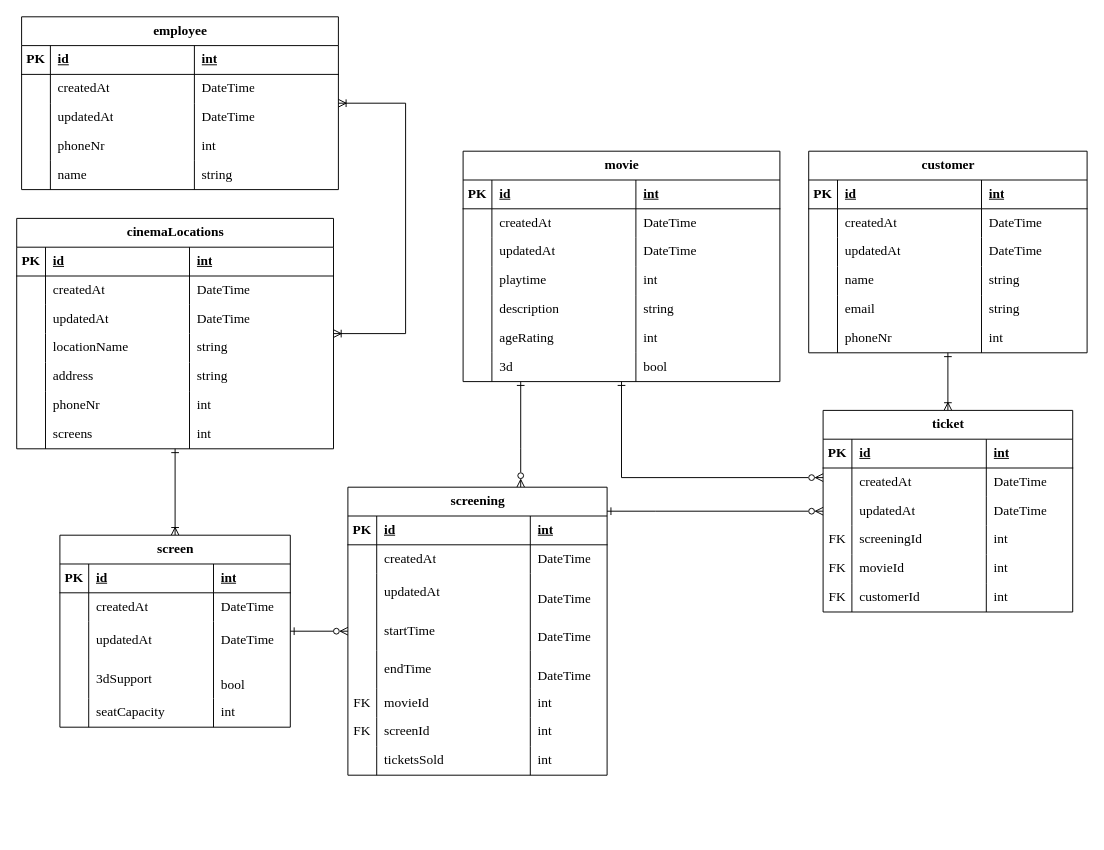
Before: database-design.drawio in boolean-uk/database-design, a draw.io diagram. Source tidied: cells renumbered, new cells numbered last; positions are measured from the earlier drawing's top-left corner, leaving out a move shared by most shapes. Both pictures are drawn from the tidied source at 96%, with x=0, y=0 at pixel (16, 16).
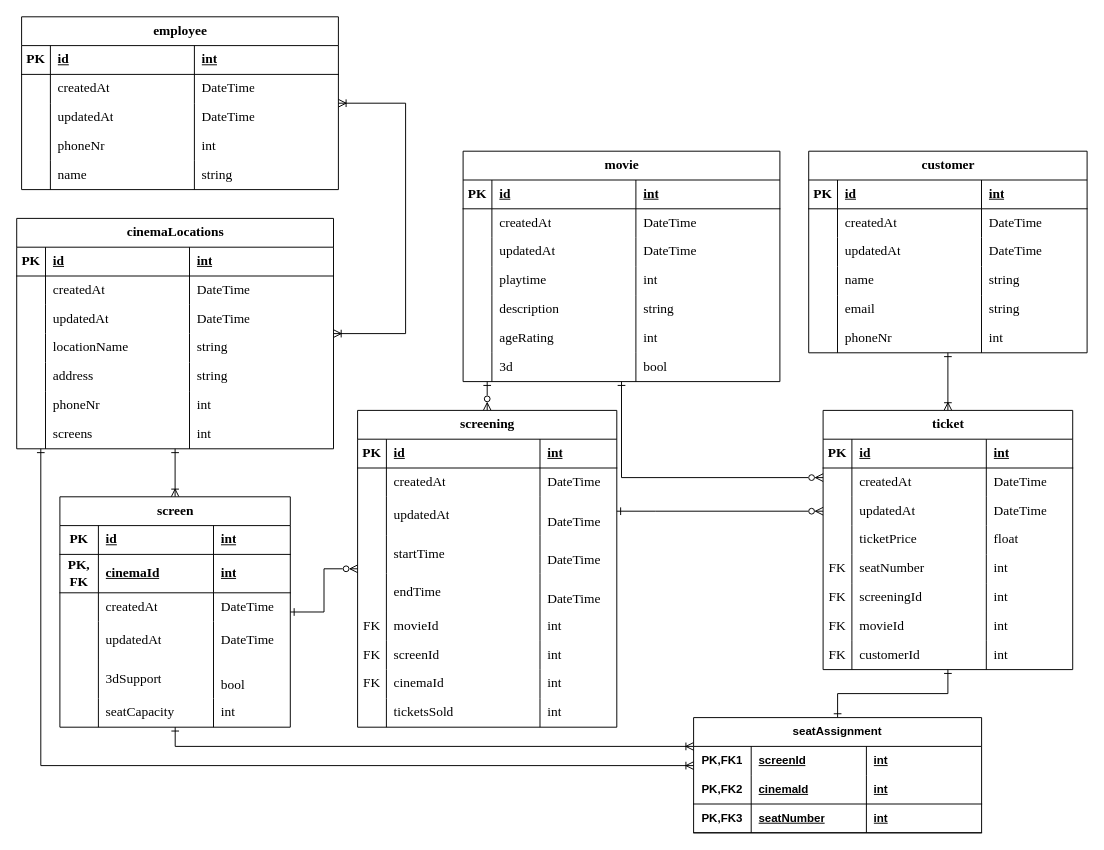
Above is the later version.

The change refers to these unchanged cells:
```xml
<mxCell id="4" style="shape=tableRow;horizontal=0;startSize=0;swimlaneHead=0;swimlaneBody=0;fillColor=none;top=0;left=0;right=0;bottom=1;fontFamily=Garamond;fontSize=14;" parent="3" vertex="1">
  <mxGeometry y="30" width="240" height="30" as="geometry" />
</mxCell>
<mxCell id="88" value="cinemaLocations" style="shape=table;startSize=30;childLayout=tableLayout;rowLines=0;fontStyle=1;align=center;html=1;fontFamily=Garamond;fontSize=14;" parent="1" vertex="1">
  <mxGeometry x="-0.1" y="210" width="330" height="240" as="geometry" />
</mxCell>
```

Change to the diagram source:
```diff
@@
     <mxCell id="3" value="screen" style="shape=table;startSize=30;childLayout=tableLayout;rowLines=0;fontStyle=1;align=center;html=1;fontFamily=Garamond;fontSize=14;" parent="1" vertex="1">
-      <mxGeometry x="44.9" y="540" width="240" height="200" as="geometry" />
+      <mxGeometry x="44.9" y="500" width="240" height="240" as="geometry" />
     </mxCell>
@@
     <mxCell id="5" value="PK" style="shape=partialRectangle;fillColor=none;top=0;left=0;bottom=0;right=0;fontStyle=1;overflow=hidden;whiteSpace=wrap;html=1;fontFamily=Garamond;fontSize=14;" parent="4" vertex="1">
-      <mxGeometry width="30" height="30" as="geometry" />
+      <mxGeometry width="40.1" height="30" as="geometry" />
     </mxCell>
     <mxCell id="6" value="id " style="shape=partialRectangle;fillColor=none;top=0;left=0;bottom=0;right=0;align=left;spacingLeft=6;fontStyle=5;overflow=hidden;whiteSpace=wrap;html=1;fontFamily=Garamond;fontSize=14;" parent="4" vertex="1">
-      <mxGeometry x="30" width="130" height="30" as="geometry" />
+      <mxGeometry x="40.1" width="119.9" height="30" as="geometry" />
     </mxCell>
@@
+    <mxCell id="192" style="shape=tableRow;horizontal=0;startSize=0;swimlaneHead=0;swimlaneBody=0;fillColor=none;top=0;left=0;right=0;bottom=1;fontFamily=Garamond;fontSize=14;" parent="3" vertex="1">
+      <mxGeometry y="60" width="240" height="40" as="geometry" />
+    </mxCell>
+    <mxCell id="193" value="PK, FK" style="shape=partialRectangle;fillColor=none;top=0;left=0;bottom=0;right=0;fontStyle=1;overflow=hidden;whiteSpace=wrap;html=1;fontFamily=Garamond;fontSize=14;" parent="192" vertex="1">
+      <mxGeometry width="40.1" height="40" as="geometry" />
+    </mxCell>
+    <mxCell id="194" value="cinemaId " style="shape=partialRectangle;fillColor=none;top=0;left=0;bottom=0;right=0;align=left;spacingLeft=6;fontStyle=5;overflow=hidden;whiteSpace=wrap;html=1;fontFamily=Garamond;fontSize=14;" parent="192" vertex="1">
+      <mxGeometry x="40.1" width="119.9" height="40" as="geometry" />
+    </mxCell>
+    <mxCell id="195" value="int" style="shape=partialRectangle;fillColor=none;top=0;left=0;bottom=0;right=0;align=left;spacingLeft=6;fontStyle=5;overflow=hidden;whiteSpace=wrap;html=1;fontFamily=Garamond;fontSize=14;" parent="192" vertex="1">
+      <mxGeometry x="160" width="80" height="40" as="geometry" />
+    </mxCell>
     <mxCell id="8" style="shape=tableRow;horizontal=0;startSize=0;swimlaneHead=0;swimlaneBody=0;fillColor=none;top=0;left=0;right=0;bottom=0;fontFamily=Garamond;fontSize=14;" parent="3" vertex="1">
-      <mxGeometry y="60" width="240" height="30" as="geometry" />
+      <mxGeometry y="100" width="240" height="30" as="geometry" />
     </mxCell>
     <mxCell id="9" style="shape=partialRectangle;fillColor=none;top=0;left=0;bottom=0;right=0;overflow=hidden;whiteSpace=wrap;html=1;fontFamily=Garamond;fontSize=14;" parent="8" vertex="1">
-      <mxGeometry width="30" height="30" as="geometry" />
+      <mxGeometry width="40.1" height="30" as="geometry" />
     </mxCell>
     <mxCell id="10" value="createdAt " style="shape=partialRectangle;fillColor=none;top=0;left=0;bottom=0;right=0;align=left;spacingLeft=6;overflow=hidden;whiteSpace=wrap;html=1;fontFamily=Garamond;fontSize=14;" parent="8" vertex="1">
-      <mxGeometry x="30" width="130" height="30" as="geometry" />
+      <mxGeometry x="40.1" width="119.9" height="30" as="geometry" />
     </mxCell>
@@
     <mxCell id="12" style="shape=tableRow;horizontal=0;startSize=0;swimlaneHead=0;swimlaneBody=0;fillColor=none;top=0;left=0;right=0;bottom=0;fontFamily=Garamond;fontSize=14;" parent="3" vertex="1">
-      <mxGeometry y="90" width="240" height="40" as="geometry" />
+      <mxGeometry y="130" width="240" height="40" as="geometry" />
     </mxCell>
     <mxCell id="13" style="shape=partialRectangle;fillColor=none;top=0;left=0;bottom=0;right=0;overflow=hidden;whiteSpace=wrap;html=1;fontFamily=Garamond;fontSize=14;" parent="12" vertex="1">
-      <mxGeometry width="30" height="40" as="geometry" />
+      <mxGeometry width="40.1" height="40" as="geometry" />
     </mxCell>
     <mxCell id="14" value="updatedAt " style="shape=partialRectangle;fillColor=none;top=0;left=0;bottom=0;right=0;align=left;spacingLeft=6;overflow=hidden;whiteSpace=wrap;html=1;fontFamily=Garamond;fontSize=14;" parent="12" vertex="1">
-      <mxGeometry x="30" width="130" height="40" as="geometry" />
+      <mxGeometry x="40.1" width="119.9" height="40" as="geometry" />
     </mxCell>
@@
     <mxCell id="16" style="shape=tableRow;horizontal=0;startSize=0;swimlaneHead=0;swimlaneBody=0;fillColor=none;top=0;left=0;right=0;bottom=0;fontFamily=Garamond;fontSize=14;" parent="3" vertex="1">
-      <mxGeometry y="130" width="240" height="40" as="geometry" />
+      <mxGeometry y="170" width="240" height="40" as="geometry" />
     </mxCell>
     <mxCell id="17" style="shape=partialRectangle;fillColor=none;top=0;left=0;bottom=0;right=0;overflow=hidden;whiteSpace=wrap;html=1;fontFamily=Garamond;fontSize=14;" parent="16" vertex="1">
-      <mxGeometry width="30" height="40" as="geometry" />
+      <mxGeometry width="40.1" height="40" as="geometry" />
     </mxCell>
     <mxCell id="18" value="3dSupport " style="shape=partialRectangle;fillColor=none;top=0;left=0;bottom=0;right=0;align=left;spacingLeft=6;overflow=hidden;whiteSpace=wrap;html=1;fontFamily=Garamond;fontSize=14;" parent="16" vertex="1">
-      <mxGeometry x="30" width="130" height="40" as="geometry" />
+      <mxGeometry x="40.1" width="119.9" height="40" as="geometry" />
     </mxCell>
@@
     <mxCell id="20" style="shape=tableRow;horizontal=0;startSize=0;swimlaneHead=0;swimlaneBody=0;fillColor=none;top=0;left=0;right=0;bottom=0;fontFamily=Garamond;fontSize=14;" parent="3" vertex="1">
-      <mxGeometry y="170" width="240" height="30" as="geometry" />
+      <mxGeometry y="210" width="240" height="30" as="geometry" />
     </mxCell>
     <mxCell id="21" style="shape=partialRectangle;fillColor=none;top=0;left=0;bottom=0;right=0;overflow=hidden;whiteSpace=wrap;html=1;fontFamily=Garamond;fontSize=14;" parent="20" vertex="1">
-      <mxGeometry width="30" height="30" as="geometry" />
+      <mxGeometry width="40.1" height="30" as="geometry" />
     </mxCell>
     <mxCell id="22" value="seatCapacity" style="shape=partialRectangle;fillColor=none;top=0;left=0;bottom=0;right=0;align=left;spacingLeft=6;overflow=hidden;whiteSpace=wrap;html=1;fontFamily=Garamond;fontSize=14;" parent="20" vertex="1">
-      <mxGeometry x="30" width="130" height="30" as="geometry" />
+      <mxGeometry x="40.1" width="119.9" height="30" as="geometry" />
     </mxCell>
@@
     <mxCell id="26" value="screening" style="shape=table;startSize=30;childLayout=tableLayout;rowLines=0;fontStyle=1;align=center;html=1;verticalAlign=middle;fontFamily=Garamond;fontSize=14;" parent="1" vertex="1">
-      <mxGeometry x="344.9" y="490" width="270" height="300" as="geometry" />
+      <mxGeometry x="355" y="410" width="270" height="330" as="geometry" />
     </mxCell>
@@
+    <mxCell id="196" style="shape=tableRow;horizontal=0;startSize=0;swimlaneHead=0;swimlaneBody=0;fillColor=none;top=0;left=0;right=0;bottom=0;fontFamily=Garamond;fontSize=14;" parent="26" vertex="1">
+      <mxGeometry y="270" width="270" height="30" as="geometry" />
+    </mxCell>
+    <mxCell id="197" value="FK" style="shape=partialRectangle;fillColor=none;top=0;left=0;bottom=0;right=0;overflow=hidden;whiteSpace=wrap;html=1;fontFamily=Garamond;fontSize=14;" parent="196" vertex="1">
+      <mxGeometry width="30" height="30" as="geometry" />
+    </mxCell>
+    <mxCell id="198" value="cinemaId" style="shape=partialRectangle;fillColor=none;top=0;left=0;bottom=0;right=0;align=left;spacingLeft=6;overflow=hidden;whiteSpace=wrap;html=1;fontFamily=Garamond;fontSize=14;" parent="196" vertex="1">
+      <mxGeometry x="30" width="160" height="30" as="geometry" />
+    </mxCell>
+    <mxCell id="199" value="int" style="shape=partialRectangle;fillColor=none;top=0;left=0;bottom=0;right=0;align=left;spacingLeft=6;overflow=hidden;whiteSpace=wrap;html=1;verticalAlign=middle;fontFamily=Garamond;fontSize=14;" parent="196" vertex="1">
+      <mxGeometry x="190" width="80" height="30" as="geometry" />
+    </mxCell>
     <mxCell id="55" style="shape=tableRow;horizontal=0;startSize=0;swimlaneHead=0;swimlaneBody=0;fillColor=none;top=0;left=0;right=0;bottom=0;fontFamily=Garamond;fontSize=14;" parent="26" vertex="1">
-      <mxGeometry y="270" width="270" height="30" as="geometry" />
+      <mxGeometry y="300" width="270" height="30" as="geometry" />
     </mxCell>
@@
+    <mxCell id="200" style="edgeStyle=orthogonalEdgeStyle;rounded=0;jettySize=auto;html=1;startArrow=ERone;startFill=0;endArrow=ERone;endFill=0;" parent="1" edge="1" source="167" target="210">
+      <mxGeometry relative="1" as="geometry" />
+    </mxCell>
     <mxCell id="167" value="ticket" style="shape=table;startSize=30;childLayout=tableLayout;rowLines=0;fontStyle=1;align=center;html=1;fontFamily=Garamond;fontSize=14;" parent="1" vertex="1">
-      <mxGeometry x="839.9" y="410" width="260" height="210" as="geometry" />
+      <mxGeometry x="839.9" y="410" width="260" height="270" as="geometry" />
     </mxCell>
@@
+    <mxCell id="201" style="shape=tableRow;horizontal=0;startSize=0;swimlaneHead=0;swimlaneBody=0;fillColor=none;top=0;left=0;right=0;bottom=0;fontFamily=Garamond;fontSize=14;" parent="167" vertex="1">
+      <mxGeometry y="120" width="260" height="30" as="geometry" />
+    </mxCell>
+    <mxCell id="202" style="shape=partialRectangle;fillColor=none;top=0;left=0;bottom=0;right=0;overflow=hidden;whiteSpace=wrap;html=1;fontFamily=Garamond;fontSize=14;" parent="201" vertex="1">
+      <mxGeometry width="30" height="30" as="geometry" />
+    </mxCell>
+    <mxCell id="203" value="ticketPrice" style="shape=partialRectangle;fillColor=none;top=0;left=0;bottom=0;right=0;align=left;spacingLeft=6;overflow=hidden;whiteSpace=wrap;html=1;fontFamily=Garamond;fontSize=14;" parent="201" vertex="1">
+      <mxGeometry x="30" width="140" height="30" as="geometry" />
+    </mxCell>
+    <mxCell id="204" value="float" style="shape=partialRectangle;fillColor=none;top=0;left=0;bottom=0;right=0;align=left;spacingLeft=6;overflow=hidden;whiteSpace=wrap;html=1;fontFamily=Garamond;fontSize=14;" parent="201" vertex="1">
+      <mxGeometry x="170" width="90" height="30" as="geometry" />
+    </mxCell>
+    <mxCell id="205" style="shape=tableRow;horizontal=0;startSize=0;swimlaneHead=0;swimlaneBody=0;fillColor=none;top=0;left=0;right=0;bottom=0;fontFamily=Garamond;fontSize=14;" parent="167" vertex="1">
+      <mxGeometry y="150" width="260" height="30" as="geometry" />
+    </mxCell>
+    <mxCell id="206" value="FK" style="shape=partialRectangle;fillColor=none;top=0;left=0;bottom=0;right=0;overflow=hidden;whiteSpace=wrap;html=1;fontFamily=Garamond;fontSize=14;" parent="205" vertex="1">
+      <mxGeometry width="30" height="30" as="geometry" />
+    </mxCell>
+    <mxCell id="207" value="seatNumber" style="shape=partialRectangle;fillColor=none;top=0;left=0;bottom=0;right=0;align=left;spacingLeft=6;overflow=hidden;whiteSpace=wrap;html=1;fontFamily=Garamond;fontSize=14;" parent="205" vertex="1">
+      <mxGeometry x="30" width="140" height="30" as="geometry" />
+    </mxCell>
+    <mxCell id="208" value="int" style="shape=partialRectangle;fillColor=none;top=0;left=0;bottom=0;right=0;align=left;spacingLeft=6;overflow=hidden;whiteSpace=wrap;html=1;fontFamily=Garamond;fontSize=14;" parent="205" vertex="1">
+      <mxGeometry x="170" width="90" height="30" as="geometry" />
+    </mxCell>
     <mxCell id="180" style="shape=tableRow;horizontal=0;startSize=0;swimlaneHead=0;swimlaneBody=0;fillColor=none;top=0;left=0;right=0;bottom=0;fontFamily=Garamond;fontSize=14;" parent="167" vertex="1">
-      <mxGeometry y="120" width="260" height="30" as="geometry" />
+      <mxGeometry y="180" width="260" height="30" as="geometry" />
     </mxCell>
@@
     <mxCell id="184" style="shape=tableRow;horizontal=0;startSize=0;swimlaneHead=0;swimlaneBody=0;fillColor=none;top=0;left=0;right=0;bottom=0;fontFamily=Garamond;fontSize=14;" parent="167" vertex="1">
-      <mxGeometry y="150" width="260" height="30" as="geometry" />
+      <mxGeometry y="210" width="260" height="30" as="geometry" />
     </mxCell>
@@
     <mxCell id="188" style="shape=tableRow;horizontal=0;startSize=0;swimlaneHead=0;swimlaneBody=0;fillColor=none;top=0;left=0;right=0;bottom=0;fontFamily=Garamond;fontSize=14;" parent="167" vertex="1">
-      <mxGeometry y="180" width="260" height="30" as="geometry" />
+      <mxGeometry y="240" width="260" height="30" as="geometry" />
     </mxCell>
@@
+    <mxCell id="209" style="edgeStyle=orthogonalEdgeStyle;rounded=0;jettySize=auto;html=1;endArrow=ERone;endFill=0;startArrow=ERoneToMany;startFill=0;" parent="1" edge="1" source="210" target="3">
+      <mxGeometry relative="1" as="geometry">
+        <Array as="points">
+          <mxPoint x="165" y="760" />
+        </Array>
+      </mxGeometry>
+    </mxCell>
+    <mxCell id="210" value="seatAssignment" style="shape=table;startSize=30;childLayout=tableLayout;rowLines=0;fontStyle=1;align=center;html=1;whiteSpace=wrap;" parent="1" vertex="1">
+      <mxGeometry x="705" y="730" width="300" height="120" as="geometry" />
+    </mxCell>
+    <mxCell id="211" style="shape=tableRow;horizontal=0;startSize=0;swimlaneHead=0;swimlaneBody=0;fillColor=none;top=0;left=0;right=0;bottom=0;html=1;" parent="210" vertex="1">
+      <mxGeometry y="30" width="300" height="30" as="geometry" />
+    </mxCell>
+    <mxCell id="212" value="PK,FK1" style="shape=partialRectangle;fillColor=none;top=0;left=0;bottom=0;right=0;fontStyle=1;overflow=hidden;html=1;whiteSpace=wrap;" parent="211" vertex="1">
+      <mxGeometry width="60" height="30" as="geometry" />
+    </mxCell>
+    <mxCell id="213" value="screenId" style="shape=partialRectangle;fillColor=none;top=0;left=0;bottom=0;right=0;align=left;spacingLeft=6;fontStyle=5;overflow=hidden;html=1;whiteSpace=wrap;" parent="211" vertex="1">
+      <mxGeometry x="60" width="120" height="30" as="geometry" />
+    </mxCell>
+    <mxCell id="214" value="int" style="shape=partialRectangle;fillColor=none;top=0;left=0;bottom=0;right=0;align=left;spacingLeft=6;fontStyle=5;overflow=hidden;html=1;whiteSpace=wrap;" parent="211" vertex="1">
+      <mxGeometry x="180" width="120" height="30" as="geometry" />
+    </mxCell>
+    <mxCell id="215" style="shape=tableRow;horizontal=0;startSize=0;swimlaneHead=0;swimlaneBody=0;fillColor=none;top=0;left=0;right=0;bottom=1;html=1;" parent="210" vertex="1">
+      <mxGeometry y="60" width="300" height="30" as="geometry" />
+    </mxCell>
+    <mxCell id="216" value="PK,FK2" style="shape=partialRectangle;fillColor=none;top=0;left=0;bottom=0;right=0;fontStyle=1;overflow=hidden;html=1;whiteSpace=wrap;" parent="215" vertex="1">
+      <mxGeometry width="60" height="30" as="geometry" />
+    </mxCell>
+    <mxCell id="217" value="cinemaId" style="shape=partialRectangle;fillColor=none;top=0;left=0;bottom=0;right=0;align=left;spacingLeft=6;fontStyle=5;overflow=hidden;html=1;whiteSpace=wrap;" parent="215" vertex="1">
+      <mxGeometry x="60" width="120" height="30" as="geometry" />
+    </mxCell>
+    <mxCell id="218" value="int" style="shape=partialRectangle;fillColor=none;top=0;left=0;bottom=0;right=0;align=left;spacingLeft=6;fontStyle=5;overflow=hidden;html=1;whiteSpace=wrap;" parent="215" vertex="1">
+      <mxGeometry x="180" width="120" height="30" as="geometry" />
+    </mxCell>
+    <mxCell id="219" style="shape=tableRow;horizontal=0;startSize=0;swimlaneHead=0;swimlaneBody=0;fillColor=none;top=0;left=0;right=0;bottom=1;html=1;" parent="210" vertex="1">
+      <mxGeometry y="90" width="300" height="30" as="geometry" />
+    </mxCell>
+    <mxCell id="220" value="PK,FK3" style="shape=partialRectangle;fillColor=none;top=0;left=0;bottom=0;right=0;fontStyle=1;overflow=hidden;html=1;whiteSpace=wrap;" parent="219" vertex="1">
+      <mxGeometry width="60" height="30" as="geometry" />
+    </mxCell>
+    <mxCell id="221" value="seatNumber" style="shape=partialRectangle;fillColor=none;top=0;left=0;bottom=0;right=0;align=left;spacingLeft=6;fontStyle=5;overflow=hidden;html=1;whiteSpace=wrap;" parent="219" vertex="1">
+      <mxGeometry x="60" width="120" height="30" as="geometry" />
+    </mxCell>
+    <mxCell id="222" value="int" style="shape=partialRectangle;fillColor=none;top=0;left=0;bottom=0;right=0;align=left;spacingLeft=6;fontStyle=5;overflow=hidden;html=1;whiteSpace=wrap;" parent="219" vertex="1">
+      <mxGeometry x="180" width="120" height="30" as="geometry" />
+    </mxCell>
+    <mxCell id="223" style="edgeStyle=orthogonalEdgeStyle;rounded=0;jettySize=auto;html=1;endArrow=ERone;endFill=0;startArrow=ERoneToMany;startFill=0;" parent="1" edge="1" source="210" target="88">
+      <mxGeometry relative="1" as="geometry">
+        <Array as="points">
+          <mxPoint x="25" y="780" />
+        </Array>
+      </mxGeometry>
+    </mxCell>
```
